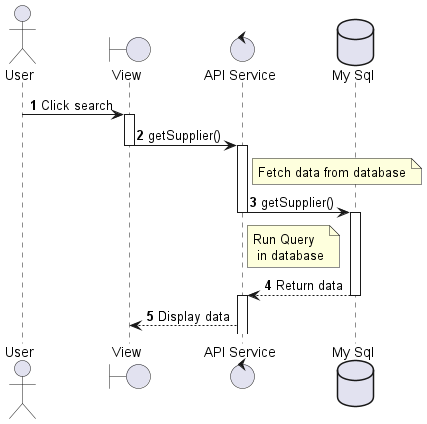
Above: out/sequenceDiagram_Supplier_getData/sequenceDiagram_Supplier_getData.png in Fitranda/Diagram (PlantUML), before the change. The source it was exported from:
```plantuml
@startuml sequenceDiagram_Supplier_getData
actor User
boundary "View" as View
control "API Service" as APIService
database "My Sql" as DB

autonumber
User -> View --++ : Click search
View -> APIService --++ : getSupplier()
note right of APIService: Fetch data from database
APIService -> DB --++ : getSupplier()
note right of APIService: Run Query \n in database
DB --> APIService --++ : Return data
APIService --> View : Display data
@enduml
```
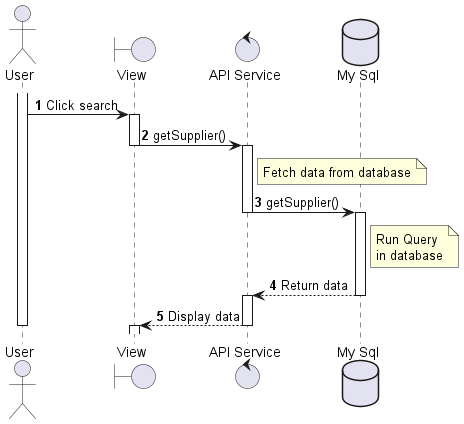
After the commit.

Diff of the diagram source:
```diff
@@ -5,11 +5,21 @@
 database "My Sql" as DB
 
 autonumber
-User -> View --++ : Click search
-View -> APIService --++ : getSupplier()
+activate User
+User -> View : Click search
+activate View
+View -> APIService : getSupplier()
+deactivate View
+activate APIService
 note right of APIService: Fetch data from database
-APIService -> DB --++ : getSupplier()
-note right of APIService: Run Query \n in database
-DB --> APIService --++ : Return data
-APIService --> View : Display data
+APIService -> DB : getSupplier()
+deactivate APIService
+activate DB
+note right of DB: Run Query\nin database
+DB --> APIService : Return data
+deactivate DB
+activate APIService
+APIService --> View --++: Display data
+deactivate User
+deactivate APIService
 @enduml
```
